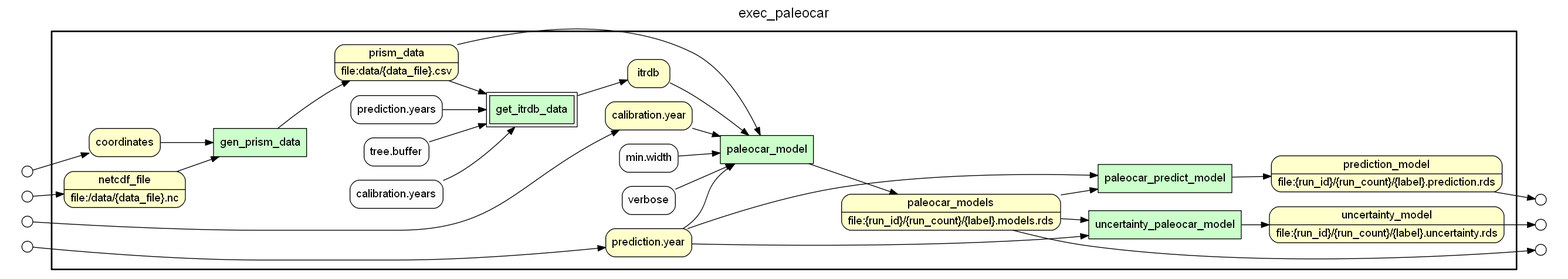
idaks/wt-prov-Summer-2017 keeps this Graphviz diagram as .prov_scripts/graphs/paleocar_data_flow.png. Above is the earlier version. Its source is kept beside it as .prov_scripts/gv_files/paleocar_data_flow.gv.
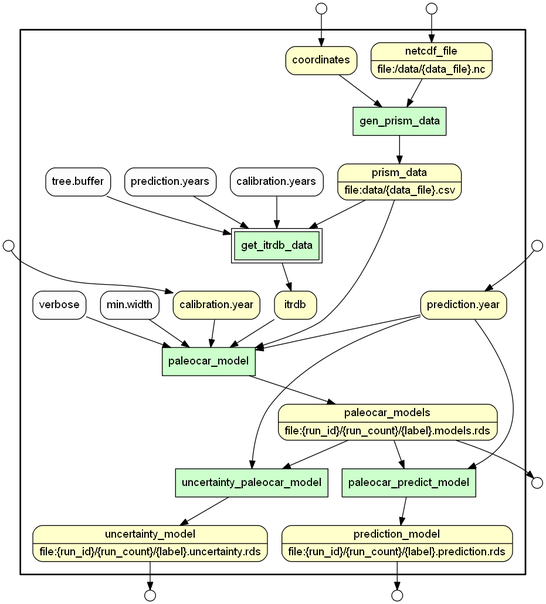
Above is the later version.

The edit, as a diff of the source:
```diff
@@ -1,7 +1,7 @@
 digraph Workflow {
-rankdir=LR
+rankdir=TB
 fontname=Helvetica; fontsize=18; labelloc=t
-label=exec_paleocar
+label=""
 subgraph cluster_workflow_box_outer { label=""; color=black; penwidth=2
 subgraph cluster_workflow_box_inner { label=""; penwidth=0
 node[shape=box style=filled fillcolor="#CCFFCC" peripheries=1 fontname=Helvetica]
@@ -12,12 +12,12 @@
 node[shape=box style=filled fillcolor="#CCFFCC" peripheries=2 fontname=Helvetica]
 get_itrdb_data
 node[shape=box style="rounded,filled" fillcolor="#FFFFCC" peripheries=1 fontname=Helvetica]
-paleocar_models [shape=record rankdir=LR label="{{<f0> paleocar_models |<f1> file\:\{run_id\}/\{run_count\}/\{label\}.models.rds}}"];
-prediction_model [shape=record rankdir=LR label="{{<f0> prediction_model |<f1> file\:\{run_id\}/\{run_count\}/\{label\}.prediction.rds}}"];
-uncertainty_model [shape=record rankdir=LR label="{{<f0> uncertainty_model |<f1> file\:\{run_id\}/\{run_count\}/\{label\}.uncertainty.rds}}"];
+paleocar_models [shape=record rankdir=LR label="{<f0> paleocar_models |<f1> file\:\{run_id\}/\{run_count\}/\{label\}.models.rds}"];
+prediction_model [shape=record rankdir=LR label="{<f0> prediction_model |<f1> file\:\{run_id\}/\{run_count\}/\{label\}.prediction.rds}"];
+uncertainty_model [shape=record rankdir=LR label="{<f0> uncertainty_model |<f1> file\:\{run_id\}/\{run_count\}/\{label\}.uncertainty.rds}"];
 coordinates
-netcdf_file [shape=record rankdir=LR label="{{<f0> netcdf_file |<f1> file\:/data/\{data_file\}.nc}}"];
-prism_data [shape=record rankdir=LR label="{{<f0> prism_data |<f1> file\:data/\{data_file\}.csv}}"];
+netcdf_file [shape=record rankdir=LR label="{<f0> netcdf_file |<f1> file\:/data/\{data_file\}.nc}"];
+prism_data [shape=record rankdir=LR label="{<f0> prism_data |<f1> file\:data/\{data_file\}.csv}"];
 itrdb
 "calibration.year"
 "prediction.year"
@@ -44,21 +44,15 @@
 paleocar_models -> uncertainty_paleocar_model
 "prediction.year" -> uncertainty_paleocar_model
 }}
-subgraph cluster_input_ports_group_outer { label=""; penwidth=0
-subgraph cluster_input_ports_group_inner { label=""; penwidth=0
 node[shape=circle style="rounded,filled" fillcolor="#FFFFFF" peripheries=1 fontname=Helvetica width=0.2]
 coordinates_input_port [label=""]
 netcdf_file_input_port [label=""]
 "calibration.year_input_port" [label=""]
 "prediction.year_input_port" [label=""]
-}}
-subgraph cluster_output_ports_group_outer { label=""; penwidth=0
-subgraph cluster_output_ports_group_inner { label=""; penwidth=0
 node[shape=circle style="rounded,filled" fillcolor="#FFFFFF" peripheries=1 fontname=Helvetica width=0.2]
 paleocar_models_output_port [label=""]
 prediction_model_output_port [label=""]
 uncertainty_model_output_port [label=""]
-}}
 coordinates_input_port -> coordinates
 netcdf_file_input_port -> netcdf_file
 "calibration.year_input_port" -> "calibration.year"
```
